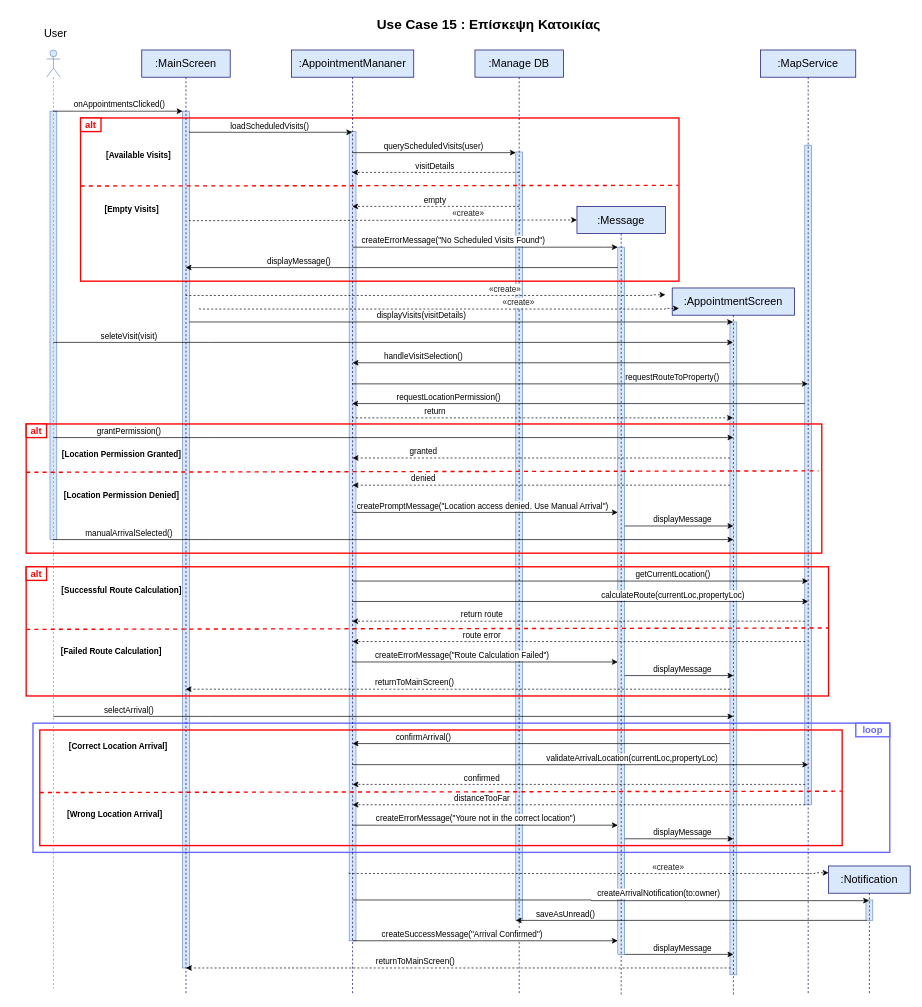
Earlier version of the draw.io diagram page "use-case-15" (15 of 15) of FINAL DIAGRAMS/final_sequences.drawio (evelinastavropoulou/HomeLink). Source tidied: cells renumbered, new cells numbered last; positions are measured from the earlier drawing's top-left corner, leaving out a move shared by most shapes. Both pictures are drawn from the tidied source at 68%, with x=0, y=0 at pixel (12, 12).
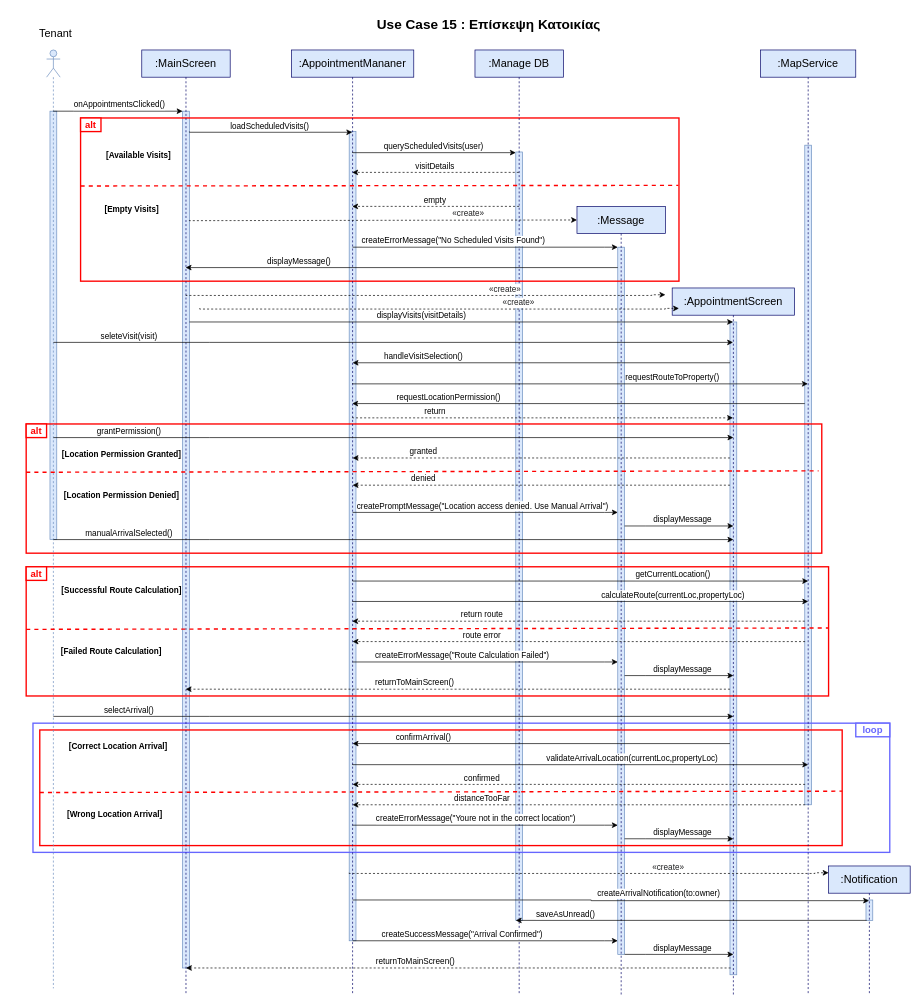
Above is the later version.

What changed in the source:
```diff
@@
-    <mxCell id="21" value="User" style="edgeLabel;html=1;align=center;verticalAlign=middle;fontSize=16;" parent="1" vertex="1">
+    <mxCell id="21" value="Tenant" style="edgeLabel;html=1;align=center;verticalAlign=middle;fontSize=16;" parent="1" vertex="1">
       <mxGeometry y="36" as="geometry">
         <mxPoint x="63" y="-6" as="offset" />
       </mxGeometry>
     </mxCell>
```
